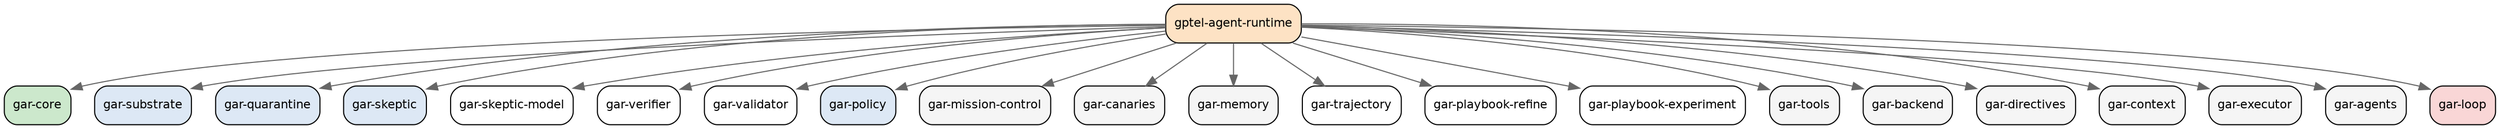
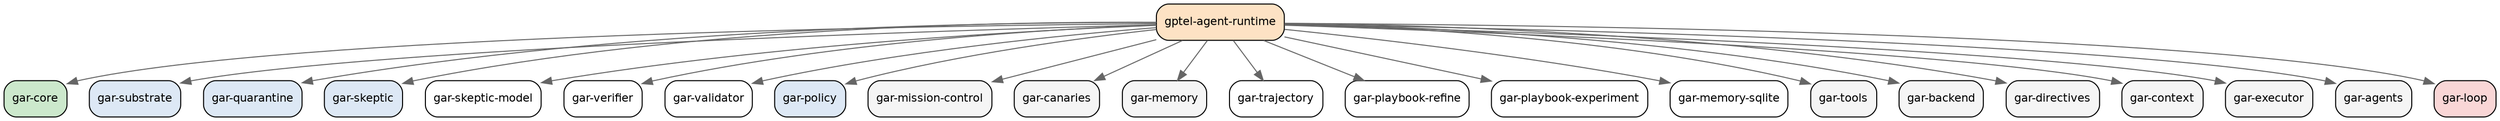
// Auto-generated by scripts/refresh-dep-graph.el. Do not edit by hand.
// Edges point from a module to the modules it (require)s.
digraph gptel_agent_runtime {
  rankdir=TB;
  node [shape=box, style="rounded,filled", fontname="Helvetica", fontsize=11];
  edge [fontname="Helvetica", fontsize=9, color="#666666"];
  graph [splines=true, nodesep=0.3, ranksep=0.55];
  "gptel-agent-runtime" [label="gptel-agent-runtime", fillcolor="#fde2c4", ordering="out"];
  "gar-core" [label="gar-core", fillcolor="#cce8cc"];
  "gar-substrate" [label="gar-substrate", fillcolor="#dde8f5"];
  "gar-quarantine" [label="gar-quarantine", fillcolor="#dde8f5"];
  "gar-skeptic" [label="gar-skeptic", fillcolor="#dde8f5"];
  "gar-skeptic-model" [label="gar-skeptic-model", fillcolor="#ffffff"];
  "gar-verifier" [label="gar-verifier", fillcolor="#ffffff"];
  "gar-validator" [label="gar-validator", fillcolor="#ffffff"];
  "gar-policy" [label="gar-policy", fillcolor="#dde8f5"];
  "gar-mission-control" [label="gar-mission-control", fillcolor="#f5f5f5"];
  "gar-canaries" [label="gar-canaries", fillcolor="#f5f5f5"];
  "gar-memory" [label="gar-memory", fillcolor="#f5f5f5"];
  "gar-trajectory" [label="gar-trajectory", fillcolor="#ffffff"];
  "gar-playbook-refine" [label="gar-playbook-refine", fillcolor="#ffffff"];
  "gar-playbook-experiment" [label="gar-playbook-experiment", fillcolor="#ffffff"];
+   "gar-memory-sqlite" [label="gar-memory-sqlite", fillcolor="#ffffff"];
  "gar-tools" [label="gar-tools", fillcolor="#f5f5f5"];
  "gar-backend" [label="gar-backend", fillcolor="#f5f5f5"];
  "gar-directives" [label="gar-directives", fillcolor="#f5f5f5"];
  "gar-context" [label="gar-context", fillcolor="#f5f5f5"];
  "gar-executor" [label="gar-executor", fillcolor="#f5f5f5"];
  "gar-agents" [label="gar-agents", fillcolor="#f5f5f5"];
  "gar-loop" [label="gar-loop", fillcolor="#f9d6d6"];
  "gptel-agent-runtime" -> "gar-core";
  "gptel-agent-runtime" -> "gar-substrate";
  "gptel-agent-runtime" -> "gar-quarantine";
  "gptel-agent-runtime" -> "gar-skeptic";
  "gptel-agent-runtime" -> "gar-skeptic-model";
  "gptel-agent-runtime" -> "gar-verifier";
  "gptel-agent-runtime" -> "gar-validator";
  "gptel-agent-runtime" -> "gar-policy";
  "gptel-agent-runtime" -> "gar-mission-control";
  "gptel-agent-runtime" -> "gar-canaries";
  "gptel-agent-runtime" -> "gar-memory";
  "gptel-agent-runtime" -> "gar-trajectory";
  "gptel-agent-runtime" -> "gar-playbook-refine";
  "gptel-agent-runtime" -> "gar-playbook-experiment";
+   "gptel-agent-runtime" -> "gar-memory-sqlite";
  "gptel-agent-runtime" -> "gar-tools";
  "gptel-agent-runtime" -> "gar-backend";
  "gptel-agent-runtime" -> "gar-directives";
  "gptel-agent-runtime" -> "gar-context";
  "gptel-agent-runtime" -> "gar-executor";
  "gptel-agent-runtime" -> "gar-agents";
  "gptel-agent-runtime" -> "gar-loop";
}
